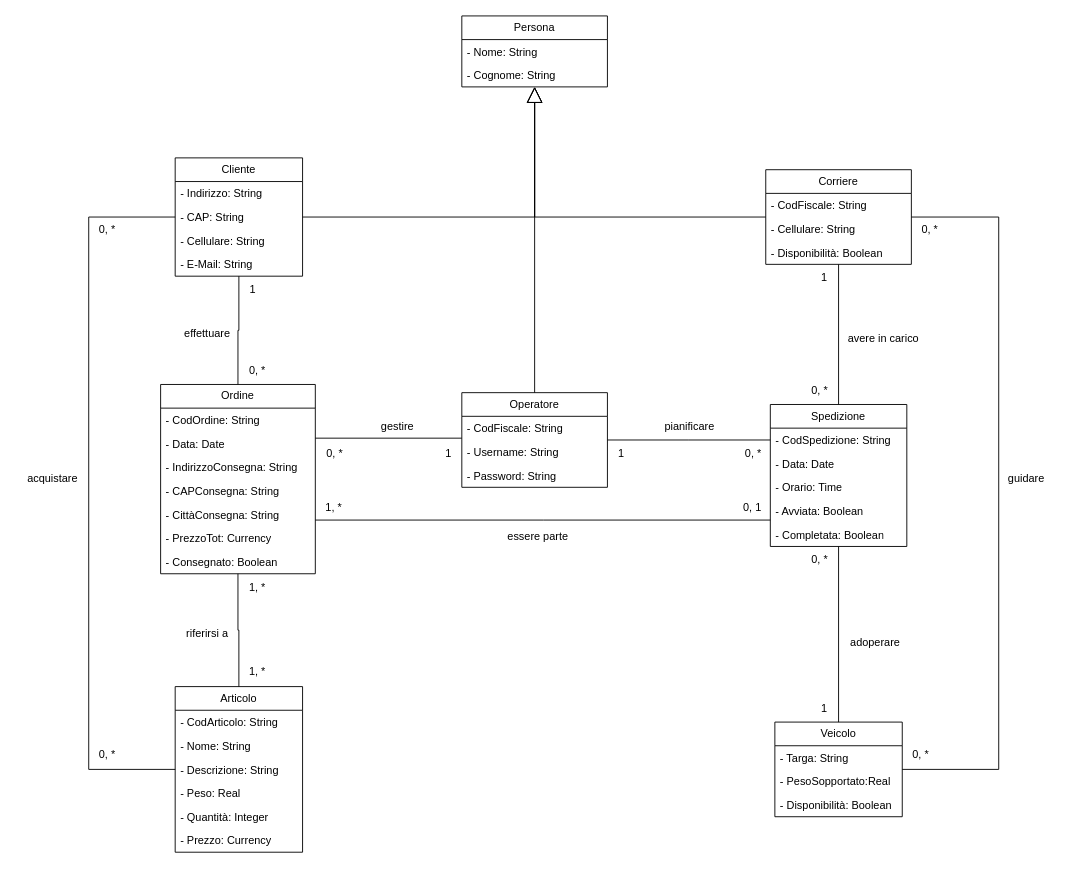
Above: Basi di dati/ClassDiagram_UML.drawio in Gianluca-F/OOBD_Project (draw.io), before the change. Source tidied: cells renumbered, new cells numbered last; positions are measured from the earlier drawing's top-left corner, leaving out a move shared by most shapes. Both pictures are drawn from the tidied source at 91%, with x=0, y=0 at pixel (15, 15).
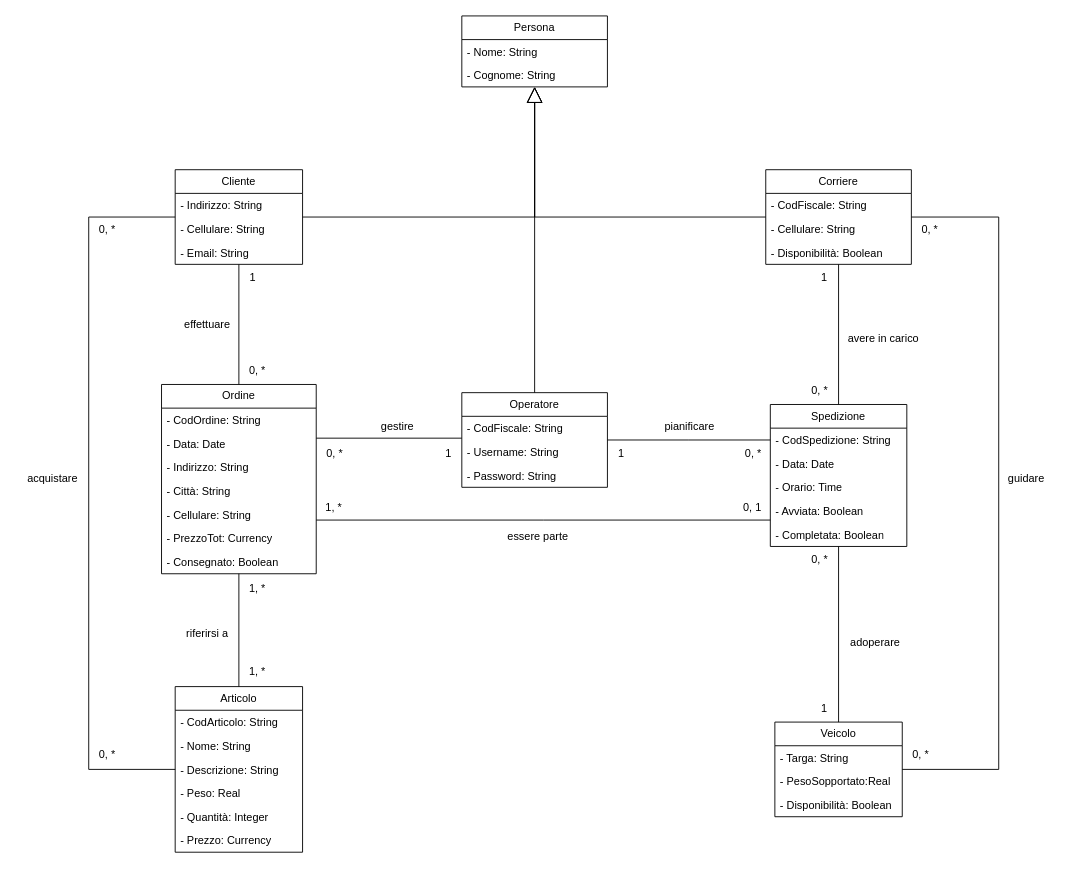
After the change.

Diff of the diagram source:
```diff
@@
     <mxCell id="13" value="Cliente" style="swimlane;fontStyle=0;horizontal=1;startSize=26;fillColor=none;whiteSpace=wrap;html=1;" parent="1" vertex="1">
-      <mxGeometry x="175" y="156" width="140" height="130" as="geometry" />
+      <mxGeometry x="175" y="169" width="140" height="104" as="geometry" />
     </mxCell>
@@
-    <mxCell id="15" value="- CAP: String" style="text;strokeColor=none;fillColor=none;align=left;verticalAlign=top;spacingLeft=4;spacingRight=4;overflow=hidden;whiteSpace=wrap;html=1;" parent="13" vertex="1">
-      <mxGeometry y="52" width="140" height="26" as="geometry" />
-    </mxCell>
     <mxCell id="16" value="- Cellulare: String" style="text;strokeColor=none;fillColor=none;align=left;verticalAlign=top;spacingLeft=4;spacingRight=4;overflow=hidden;whiteSpace=wrap;html=1;" parent="13" vertex="1">
-      <mxGeometry y="78" width="140" height="26" as="geometry" />
+      <mxGeometry y="52" width="140" height="26" as="geometry" />
     </mxCell>
-    <mxCell id="17" value="- E-Mail: String" style="text;strokeColor=none;fillColor=none;align=left;verticalAlign=top;spacingLeft=4;spacingRight=4;overflow=hidden;whiteSpace=wrap;html=1;" parent="13" vertex="1">
-      <mxGeometry y="104" width="140" height="26" as="geometry" />
+    <mxCell id="17" value="- Email: String" style="text;strokeColor=none;fillColor=none;align=left;verticalAlign=top;spacingLeft=4;spacingRight=4;overflow=hidden;whiteSpace=wrap;html=1;" parent="13" vertex="1">
+      <mxGeometry y="78" width="140" height="26" as="geometry" />
     </mxCell>
@@
     <mxCell id="19" value="Ordine" style="swimlane;fontStyle=0;horizontal=1;startSize=26;fillColor=none;whiteSpace=wrap;html=1;" parent="1" vertex="1">
-      <mxGeometry x="159" y="405" width="170" height="208" as="geometry" />
+      <mxGeometry x="160" y="405" width="170" height="208" as="geometry" />
     </mxCell>
@@
-    <mxCell id="22" value="- IndirizzoConsegna: String" style="text;strokeColor=none;fillColor=none;align=left;verticalAlign=top;spacingLeft=4;spacingRight=4;overflow=hidden;whiteSpace=wrap;html=1;" parent="19" vertex="1">
+    <mxCell id="22" value="- Indirizzo: String" style="text;strokeColor=none;fillColor=none;align=left;verticalAlign=top;spacingLeft=4;spacingRight=4;overflow=hidden;whiteSpace=wrap;html=1;" parent="19" vertex="1">
       <mxGeometry y="78" width="170" height="26" as="geometry" />
     </mxCell>
-    <mxCell id="23" value="- CAPConsegna: String" style="text;strokeColor=none;fillColor=none;align=left;verticalAlign=top;spacingLeft=4;spacingRight=4;overflow=hidden;whiteSpace=wrap;html=1;" parent="19" vertex="1">
-      <mxGeometry y="104" width="170" height="26" as="geometry" />
-    </mxCell>
-    <mxCell id="24" value="- CittàConsegna: String" style="text;strokeColor=none;fillColor=none;align=left;verticalAlign=top;spacingLeft=4;spacingRight=4;overflow=hidden;whiteSpace=wrap;html=1;" parent="19" vertex="1">
-      <mxGeometry y="130" width="170" height="26" as="geometry" />
+    <mxCell id="24" value="- Città: String" style="text;strokeColor=none;fillColor=none;align=left;verticalAlign=top;spacingLeft=4;spacingRight=4;overflow=hidden;whiteSpace=wrap;html=1;" parent="19" vertex="1">
+      <mxGeometry y="104" width="170" height="26" as="geometry" />
     </mxCell>
+    <mxCell id="82" value="- Cellulare: String" style="text;strokeColor=none;fillColor=none;align=left;verticalAlign=top;spacingLeft=4;spacingRight=4;overflow=hidden;whiteSpace=wrap;html=1;" parent="19" vertex="1">
+      <mxGeometry y="130" width="170" height="26" as="geometry" />
+    </mxCell>
@@
     <mxCell id="32" value="effettuare" style="text;html=1;align=center;verticalAlign=middle;strokeColor=none;fillColor=none;" parent="1" vertex="1">
-      <mxGeometry x="175" y="334" width="70" height="30" as="geometry" />
+      <mxGeometry x="175" y="324" width="70" height="30" as="geometry" />
     </mxCell>
@@
     <mxCell id="34" value="1" style="text;html=1;align=center;verticalAlign=middle;strokeColor=none;fillColor=none;" parent="1" vertex="1">
-      <mxGeometry x="245" y="286" width="30" height="30" as="geometry" />
+      <mxGeometry x="245" y="273" width="30" height="30" as="geometry" />
     </mxCell>
@@
     <mxCell id="37" value="1, *" style="text;html=1;align=center;verticalAlign=middle;strokeColor=none;fillColor=none;" parent="1" vertex="1">
-      <mxGeometry x="245" y="613" width="40" height="30" as="geometry" />
+      <mxGeometry x="245" y="614" width="40" height="30" as="geometry" />
     </mxCell>
```
